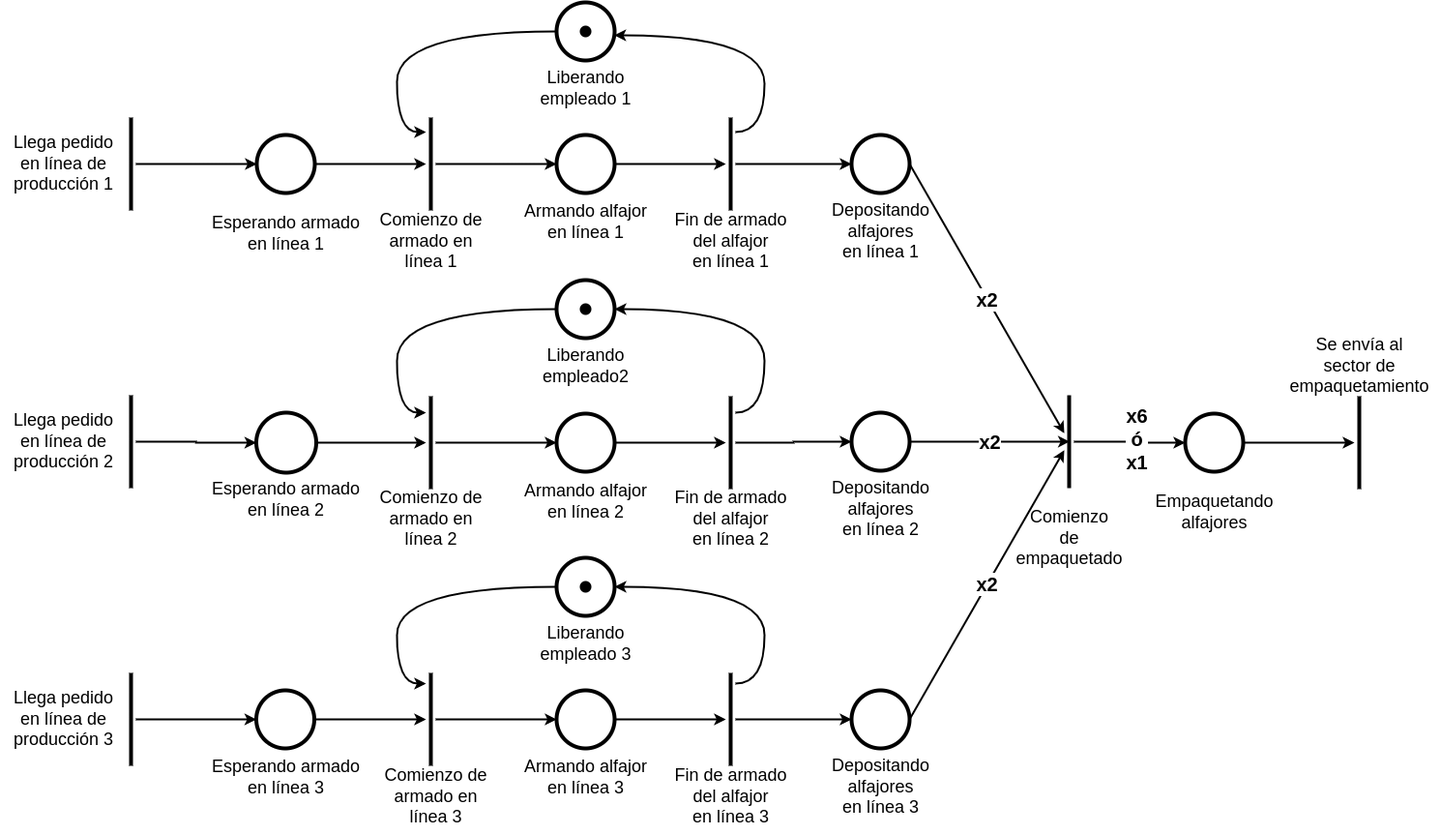
This is Practica/Practica5-RP/drawios/ejercicio08_RP.drawio.png from c97Ernesto/IngenieriaSoftware1, a draw.io export, as it was before one commit. Source tidied: cells renumbered, new cells last; positions are measured from the earlier drawing's top-left corner, leaving out a move shared by most shapes.
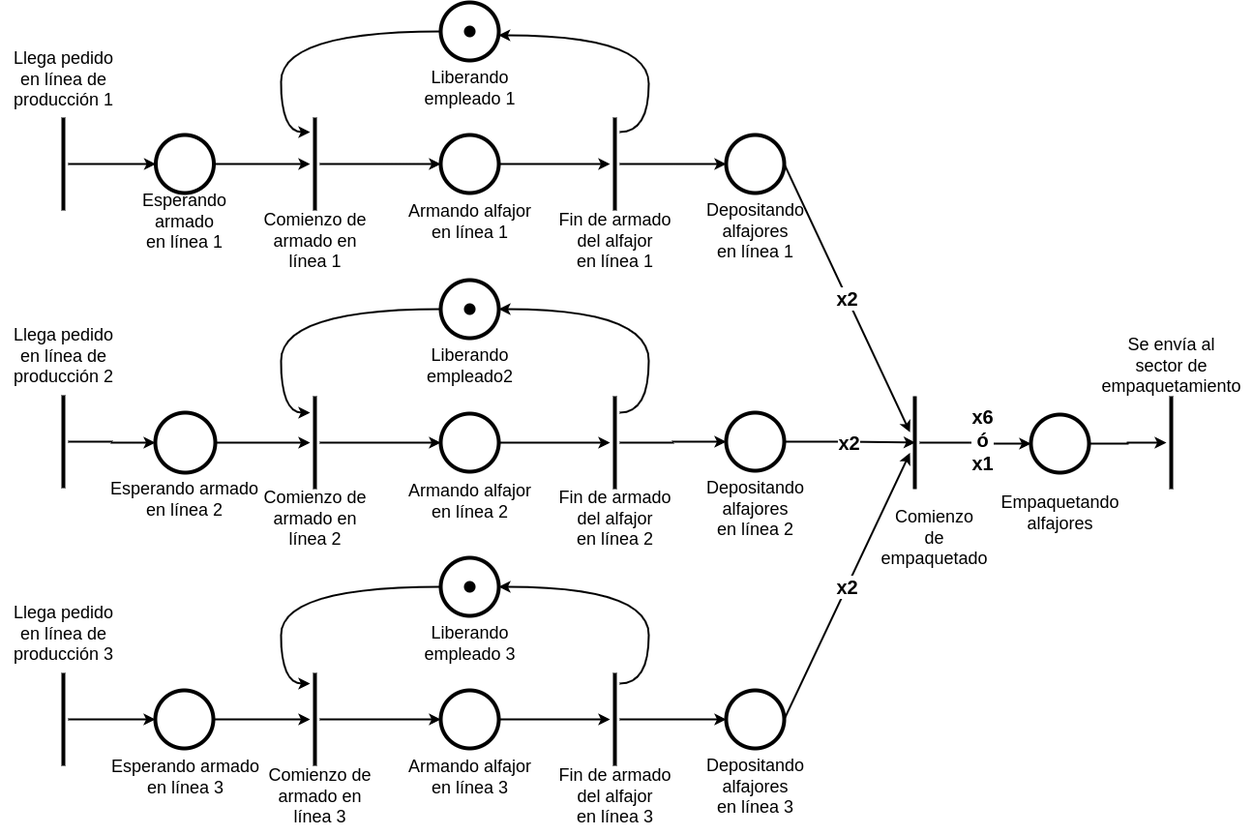
Later version of the same file.

The edit, as a diff of the source:
```diff
@@ -6,13 +6,13 @@
       <mxGeometry relative="1" as="geometry" />
     </mxCell>
     <mxCell id="3" style="line;strokeWidth=4;direction=south;html=1;" parent="1" vertex="1">
-      <mxGeometry x="130" y="119" width="10" height="96" as="geometry" />
+      <mxGeometry x="180" y="119" width="10" height="96" as="geometry" />
     </mxCell>
     <mxCell id="4" style="edgeStyle=orthogonalEdgeStyle;rounded=0;jettySize=auto;html=1;strokeWidth=2;" parent="1" edge="1" source="5" target="7">
       <mxGeometry relative="1" as="geometry" />
     </mxCell>
     <mxCell id="5" style="ellipse;whiteSpace=wrap;html=1;strokeWidth=4;" parent="1" vertex="1">
-      <mxGeometry x="265" y="137" width="60" height="60" as="geometry" />
+      <mxGeometry x="280.5" y="137" width="60" height="60" as="geometry" />
     </mxCell>
     <mxCell id="6" style="edgeStyle=orthogonalEdgeStyle;rounded=0;jettySize=auto;html=1;strokeWidth=2;" parent="1" edge="1" source="7" target="30">
       <mxGeometry relative="1" as="geometry" />
@@ -24,13 +24,13 @@
       <mxGeometry relative="1" as="geometry" />
     </mxCell>
     <mxCell id="9" style="line;strokeWidth=4;direction=south;html=1;" parent="1" vertex="1">
-      <mxGeometry x="130" y="406" width="10" height="96" as="geometry" />
+      <mxGeometry x="180" y="406" width="10" height="96" as="geometry" />
     </mxCell>
     <mxCell id="10" style="edgeStyle=orthogonalEdgeStyle;rounded=0;jettySize=auto;html=1;strokeWidth=2;" parent="1" edge="1" source="11" target="13">
       <mxGeometry relative="1" as="geometry" />
     </mxCell>
     <mxCell id="11" style="ellipse;whiteSpace=wrap;html=1;strokeWidth=4;" parent="1" vertex="1">
-      <mxGeometry x="264.5" y="424" width="62" height="62" as="geometry" />
+      <mxGeometry x="280" y="424" width="62" height="62" as="geometry" />
     </mxCell>
     <mxCell id="12" style="edgeStyle=orthogonalEdgeStyle;rounded=0;jettySize=auto;html=1;strokeWidth=2;" parent="1" edge="1" source="13" target="32">
       <mxGeometry relative="1" as="geometry" />
@@ -42,13 +42,13 @@
       <mxGeometry relative="1" as="geometry" />
     </mxCell>
     <mxCell id="15" style="line;strokeWidth=4;direction=south;html=1;" parent="1" vertex="1">
-      <mxGeometry x="130" y="693" width="10" height="96" as="geometry" />
+      <mxGeometry x="180" y="693" width="10" height="96" as="geometry" />
     </mxCell>
     <mxCell id="16" style="edgeStyle=orthogonalEdgeStyle;rounded=0;jettySize=auto;html=1;strokeWidth=2;" parent="1" edge="1" source="17" target="19">
       <mxGeometry relative="1" as="geometry" />
     </mxCell>
     <mxCell id="17" style="ellipse;whiteSpace=wrap;html=1;strokeWidth=4;" parent="1" vertex="1">
-      <mxGeometry x="264.5" y="711" width="60" height="60" as="geometry" />
+      <mxGeometry x="280" y="711" width="60" height="60" as="geometry" />
     </mxCell>
     <mxCell id="18" style="edgeStyle=orthogonalEdgeStyle;rounded=0;jettySize=auto;html=1;strokeWidth=2;" parent="1" edge="1" source="19" target="34">
       <mxGeometry relative="1" as="geometry" />
@@ -57,22 +57,22 @@
       <mxGeometry x="440" y="693" width="10" height="96" as="geometry" />
     </mxCell>
     <mxCell id="20" value="Llega pedido&lt;br&gt;en línea de &lt;br&gt;producción 1" style="text;html=1;align=center;verticalAlign=middle;strokeColor=none;fillColor=none;fontSize=18;" parent="1" vertex="1">
-      <mxGeometry y="127" width="130" height="80" as="geometry" />
+      <mxGeometry x="120" y="40" width="130" height="80" as="geometry" />
     </mxCell>
-    <mxCell id="21" value="Esperando armado&lt;br&gt;en línea 1" style="text;html=1;align=center;verticalAlign=middle;strokeColor=none;fillColor=none;fontSize=18;" parent="1" vertex="1">
-      <mxGeometry x="205" y="209" width="180" height="60" as="geometry" />
+    <mxCell id="21" value="Esperando &lt;br&gt;armado&lt;br&gt;en línea 1" style="text;html=1;align=center;verticalAlign=middle;strokeColor=none;fillColor=none;fontSize=18;" parent="1" vertex="1">
+      <mxGeometry x="255" y="187" width="110" height="80" as="geometry" />
     </mxCell>
     <mxCell id="22" value="Esperando armado&lt;br&gt;en línea 2" style="text;html=1;align=center;verticalAlign=middle;strokeColor=none;fillColor=none;fontSize=18;" parent="1" vertex="1">
-      <mxGeometry x="204.5" y="484" width="180" height="60" as="geometry" />
+      <mxGeometry x="220" y="484" width="180" height="60" as="geometry" />
     </mxCell>
     <mxCell id="23" value="Esperando armado&lt;br&gt;en línea 3" style="text;html=1;align=center;verticalAlign=middle;strokeColor=none;fillColor=none;fontSize=18;" parent="1" vertex="1">
-      <mxGeometry x="205" y="771" width="180" height="60" as="geometry" />
+      <mxGeometry x="220.5" y="771" width="180" height="60" as="geometry" />
     </mxCell>
     <mxCell id="24" value="Llega pedido&lt;br&gt;en línea de &lt;br&gt;producción 2" style="text;html=1;align=center;verticalAlign=middle;strokeColor=none;fillColor=none;fontSize=18;" parent="1" vertex="1">
-      <mxGeometry y="414" width="130" height="80" as="geometry" />
+      <mxGeometry x="120" y="326" width="130" height="80" as="geometry" />
     </mxCell>
     <mxCell id="25" value="Llega pedido&lt;br&gt;en línea de &lt;br&gt;producción 3" style="text;html=1;align=center;verticalAlign=middle;strokeColor=none;fillColor=none;fontSize=18;" parent="1" vertex="1">
-      <mxGeometry y="701" width="130" height="80" as="geometry" />
+      <mxGeometry x="120" y="613" width="130" height="80" as="geometry" />
     </mxCell>
     <mxCell id="26" value="Comienzo de&lt;br&gt;armado en &lt;br&gt;línea 1" style="text;html=1;align=center;verticalAlign=middle;strokeColor=none;fillColor=none;fontSize=18;" parent="1" vertex="1">
       <mxGeometry x="380" y="207" width="130" height="80" as="geometry" />
@@ -213,25 +213,25 @@
       <mxGeometry x="595" y="20" width="20" height="20" as="geometry" />
     </mxCell>
     <mxCell id="62" style="ellipse;whiteSpace=wrap;html=1;strokeWidth=4;" parent="1" vertex="1">
-      <mxGeometry x="880" y="137" width="60" height="60" as="geometry" />
+      <mxGeometry x="870" y="137" width="60" height="60" as="geometry" />
     </mxCell>
     <mxCell id="63" style="ellipse;whiteSpace=wrap;html=1;strokeWidth=4;" parent="1" vertex="1">
-      <mxGeometry x="880" y="424" width="60" height="60" as="geometry" />
+      <mxGeometry x="870" y="424" width="60" height="60" as="geometry" />
     </mxCell>
     <mxCell id="64" value="&lt;b&gt;&lt;font style=&quot;font-size: 20px;&quot;&gt;x2&lt;/font&gt;&lt;/b&gt;" style="rounded=0;jettySize=auto;html=1;strokeWidth=2;exitX=1;exitY=0.5;exitDx=0;exitDy=0;" parent="1" edge="1" source="65" target="71">
       <mxGeometry relative="1" as="geometry" />
     </mxCell>
     <mxCell id="65" style="ellipse;whiteSpace=wrap;html=1;strokeWidth=4;" parent="1" vertex="1">
-      <mxGeometry x="880" y="711" width="60" height="60" as="geometry" />
+      <mxGeometry x="870" y="711" width="60" height="60" as="geometry" />
     </mxCell>
     <mxCell id="66" value="Depositando&lt;br&gt;alfajores &lt;br&gt;en línea 1" style="text;html=1;align=center;verticalAlign=middle;strokeColor=none;fillColor=none;fontSize=18;" parent="1" vertex="1">
-      <mxGeometry x="850" y="197" width="120" height="80" as="geometry" />
+      <mxGeometry x="840" y="197" width="120" height="80" as="geometry" />
     </mxCell>
     <mxCell id="67" value="Depositando&lt;br&gt;alfajores &lt;br&gt;en línea 2" style="text;html=1;align=center;verticalAlign=middle;strokeColor=none;fillColor=none;fontSize=18;" parent="1" vertex="1">
-      <mxGeometry x="850" y="484" width="120" height="80" as="geometry" />
+      <mxGeometry x="840" y="484" width="120" height="80" as="geometry" />
     </mxCell>
     <mxCell id="68" value="Depositando&lt;br&gt;alfajores &lt;br&gt;en línea 3" style="text;html=1;align=center;verticalAlign=middle;strokeColor=none;fillColor=none;fontSize=18;" parent="1" vertex="1">
-      <mxGeometry x="850" y="771" width="120" height="80" as="geometry" />
+      <mxGeometry x="840" y="771" width="120" height="80" as="geometry" />
     </mxCell>
     <mxCell id="69" style="edgeStyle=orthogonalEdgeStyle;rounded=0;jettySize=auto;html=1;strokeWidth=2;" parent="1" edge="1" source="71" target="75">
       <mxGeometry relative="1" as="geometry" />
@@ -240,7 +240,7 @@
       <mxGeometry x="0.12" y="5" relative="1" as="geometry" />
     </mxCell>
     <mxCell id="71" style="line;strokeWidth=4;direction=south;html=1;" parent="1" vertex="1">
-      <mxGeometry x="1100" y="406" width="10" height="96" as="geometry" />
+      <mxGeometry x="1060" y="407" width="10" height="96" as="geometry" />
     </mxCell>
     <mxCell id="72" value="&lt;b&gt;&lt;font style=&quot;font-size: 20px;&quot;&gt;x2&lt;/font&gt;&lt;/b&gt;" style="rounded=0;jettySize=auto;html=1;exitX=1;exitY=0.5;exitDx=0;exitDy=0;strokeWidth=2;" parent="1" edge="1" source="62" target="71">
       <mxGeometry relative="1" as="geometry" />
@@ -252,19 +252,19 @@
       <mxGeometry relative="1" as="geometry" />
     </mxCell>
     <mxCell id="75" style="ellipse;whiteSpace=wrap;html=1;strokeWidth=4;" parent="1" vertex="1">
-      <mxGeometry x="1225" y="425" width="60" height="60" as="geometry" />
+      <mxGeometry x="1185" y="426" width="60" height="60" as="geometry" />
     </mxCell>
     <mxCell id="76" value="Comienzo&lt;br&gt;de &lt;br&gt;empaquetado" style="text;html=1;align=center;verticalAlign=middle;strokeColor=none;fillColor=none;fontSize=18;" parent="1" vertex="1">
-      <mxGeometry x="1040" y="514" width="130" height="80" as="geometry" />
+      <mxGeometry x="1020" y="514" width="130" height="80" as="geometry" />
     </mxCell>
     <mxCell id="77" value="Empaquetando&lt;br&gt;alfajores" style="text;html=1;align=center;verticalAlign=middle;strokeColor=none;fillColor=none;fontSize=18;" parent="1" vertex="1">
-      <mxGeometry x="1180" y="497" width="150" height="60" as="geometry" />
+      <mxGeometry x="1140" y="498" width="150" height="60" as="geometry" />
     </mxCell>
     <mxCell id="78" style="line;strokeWidth=4;direction=south;html=1;" parent="1" vertex="1">
-      <mxGeometry x="1400" y="407" width="10" height="96" as="geometry" />
+      <mxGeometry x="1325" y="407" width="10" height="96" as="geometry" />
     </mxCell>
     <mxCell id="79" value="Se envía al &lt;br&gt;sector de&lt;br&gt;empaquetamiento" style="text;html=1;align=center;verticalAlign=middle;strokeColor=none;fillColor=none;fontSize=18;" parent="1" vertex="1">
-      <mxGeometry x="1320" y="336" width="170" height="80" as="geometry" />
+      <mxGeometry x="1245" y="336" width="170" height="80" as="geometry" />
     </mxCell>
   </root>
 </mxGraphModel>
```
